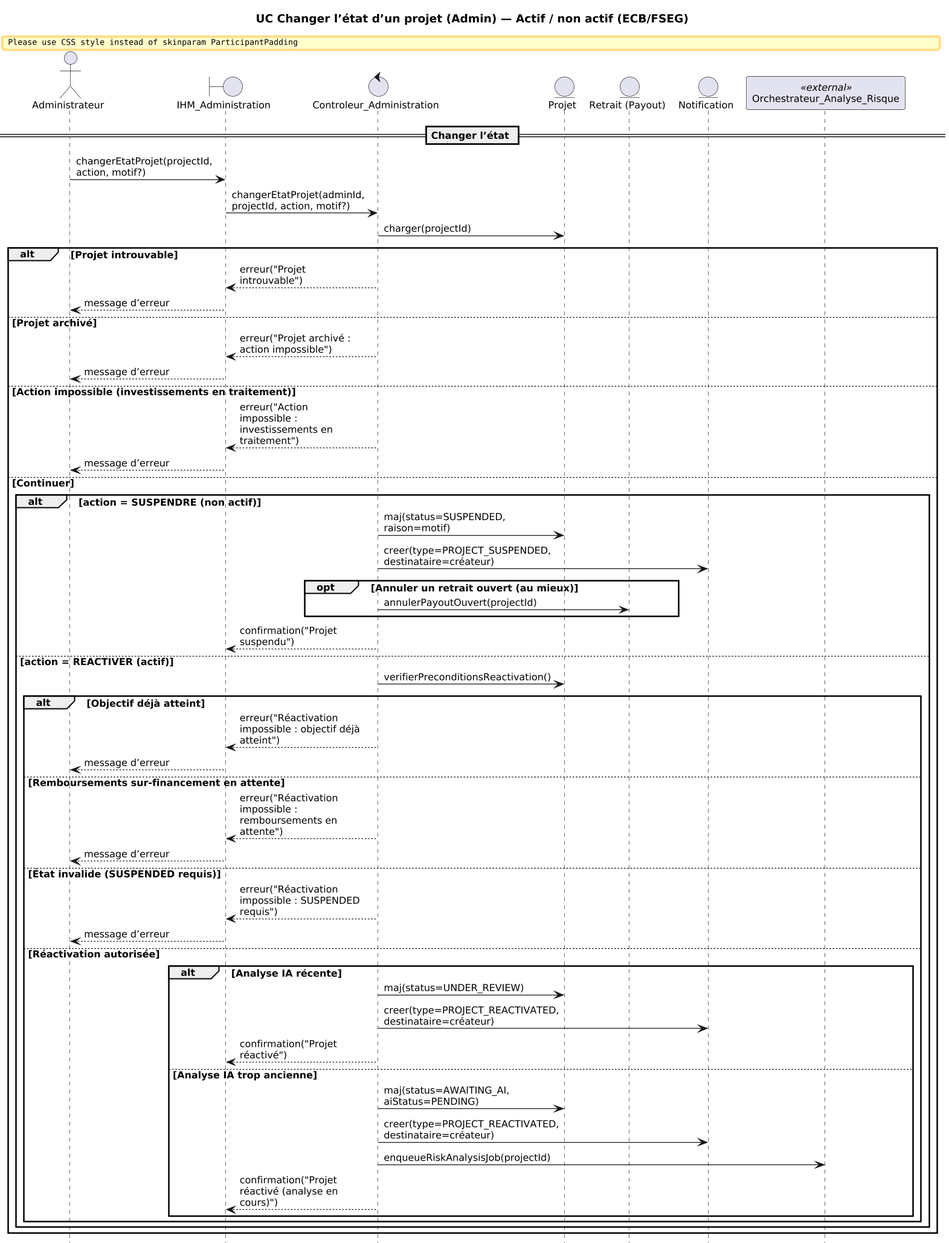
Earlier version of the PlantUML export rapport/images/sequence_diagram/suspendre_reactiver_projet.png (Gdoura44/crowdfunding). The source it was exported from:
```plantuml
@startuml

hide footbox
skinparam shadowing false
skinparam defaultFontName "Times New Roman"
skinparam defaultFontSize 12
skinparam sequenceMessageAlign left
skinparam ParticipantPadding 10
skinparam BoxPadding 6
skinparam maxMessageSize 45
skinparam wrapWidth 150
skinparam dpi 150
scale 0.85

title UC Changer l’état d’un projet (Admin) — Actif / non actif (ECB/FSEG)

actor "Administrateur" as A
boundary "IHM_Administration" as IHM
control "Controleur_Administration" as CA
entity "Projet" as P
entity "Retrait (Payout)" as R
entity "Notification" as N
participant "Orchestrateur_Analyse_Risque" as WF <<external>>

== Changer l’état ==
A -> IHM : changerEtatProjet(projectId, action, motif?)
IHM -> CA : changerEtatProjet(adminId, projectId, action, motif?)

CA -> P : charger(projectId)
alt Projet introuvable
  CA --> IHM : erreur("Projet introuvable")
  IHM --> A : message d’erreur
else Projet archivé
  CA --> IHM : erreur("Projet archivé : action impossible")
  IHM --> A : message d’erreur
else Action impossible (investissements en traitement)
  CA --> IHM : erreur("Action impossible : investissements en traitement")
  IHM --> A : message d’erreur
else Continuer
  alt action = SUSPENDRE (non actif)
    CA -> P : maj(status=SUSPENDED, raison=motif)
    CA -> N : creer(type=PROJECT_SUSPENDED, destinataire=créateur)
    opt Annuler un retrait ouvert (au mieux)
      CA -> R : annulerPayoutOuvert(projectId)
    end
    CA --> IHM : confirmation("Projet suspendu")
  else action = REACTIVER (actif)
    CA -> P : verifierPreconditionsReactivation()
    alt Objectif déjà atteint
      CA --> IHM : erreur("Réactivation impossible : objectif déjà atteint")
      IHM --> A : message d’erreur
    else Remboursements sur-financement en attente
      CA --> IHM : erreur("Réactivation impossible : remboursements en attente")
      IHM --> A : message d’erreur
    else État invalide (SUSPENDED requis)
      CA --> IHM : erreur("Réactivation impossible : SUSPENDED requis")
      IHM --> A : message d’erreur
    else Réactivation autorisée
      alt Analyse IA récente
        CA -> P : maj(status=UNDER_REVIEW)
        CA -> N : creer(type=PROJECT_REACTIVATED, destinataire=créateur)
        CA --> IHM : confirmation("Projet réactivé")
      else Analyse IA trop ancienne
        CA -> P : maj(status=AWAITING_AI, aiStatus=PENDING)
        CA -> N : creer(type=PROJECT_REACTIVATED, destinataire=créateur)
        CA -> WF : enqueueRiskAnalysisJob(projectId)
        CA --> IHM : confirmation("Projet réactivé (analyse en cours)")
      end
    end
  end
end
@enduml
```
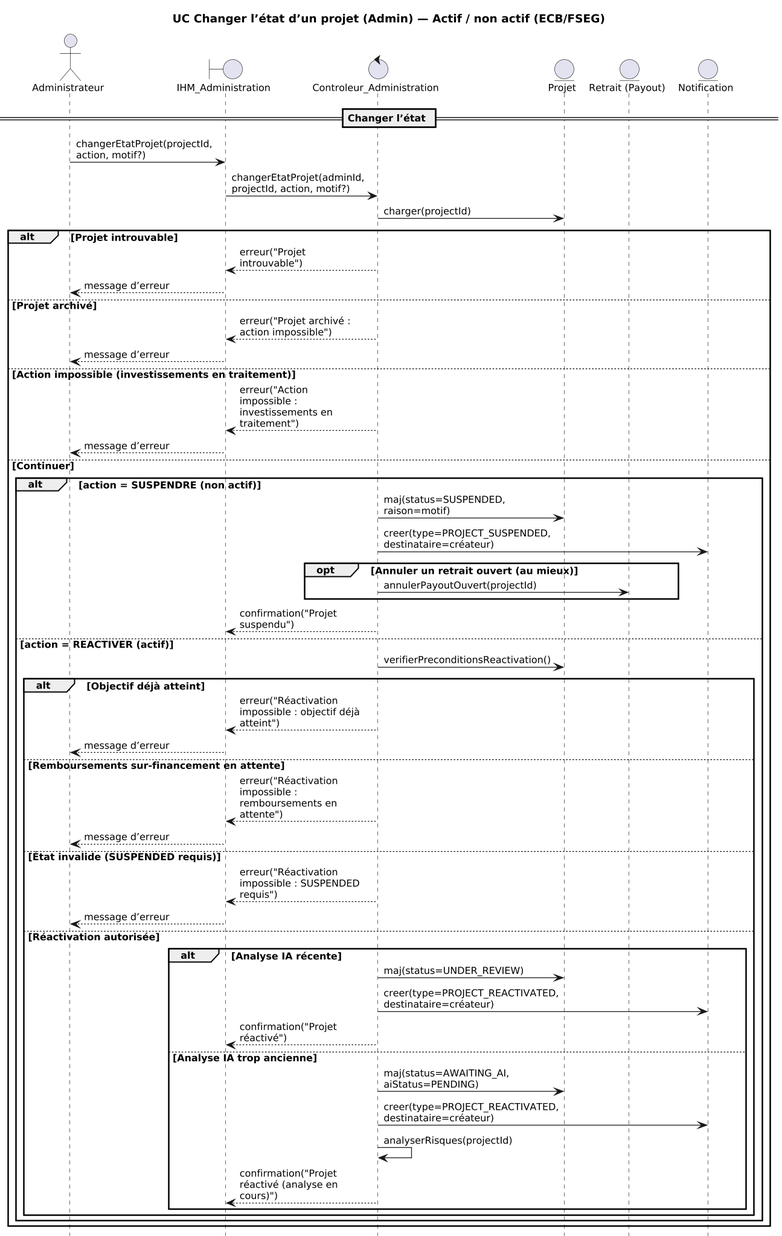
After the change.

The edit, as a diff of the source:
```diff
@@ -5,8 +5,6 @@
 skinparam defaultFontName "Times New Roman"
 skinparam defaultFontSize 12
 skinparam sequenceMessageAlign left
-skinparam ParticipantPadding 10
-skinparam BoxPadding 6
 skinparam maxMessageSize 45
 skinparam wrapWidth 150
 skinparam dpi 150
@@ -20,7 +18,6 @@
 entity "Projet" as P
 entity "Retrait (Payout)" as R
 entity "Notification" as N
-participant "Orchestrateur_Analyse_Risque" as WF <<external>>
 
 == Changer l’état ==
 A -> IHM : changerEtatProjet(projectId, action, motif?)
@@ -63,7 +60,7 @@
       else Analyse IA trop ancienne
         CA -> P : maj(status=AWAITING_AI, aiStatus=PENDING)
         CA -> N : creer(type=PROJECT_REACTIVATED, destinataire=créateur)
-        CA -> WF : enqueueRiskAnalysisJob(projectId)
+        CA -> CA : analyserRisques(projectId)
         CA --> IHM : confirmation("Projet réactivé (analyse en cours)")
       end
     end
```
